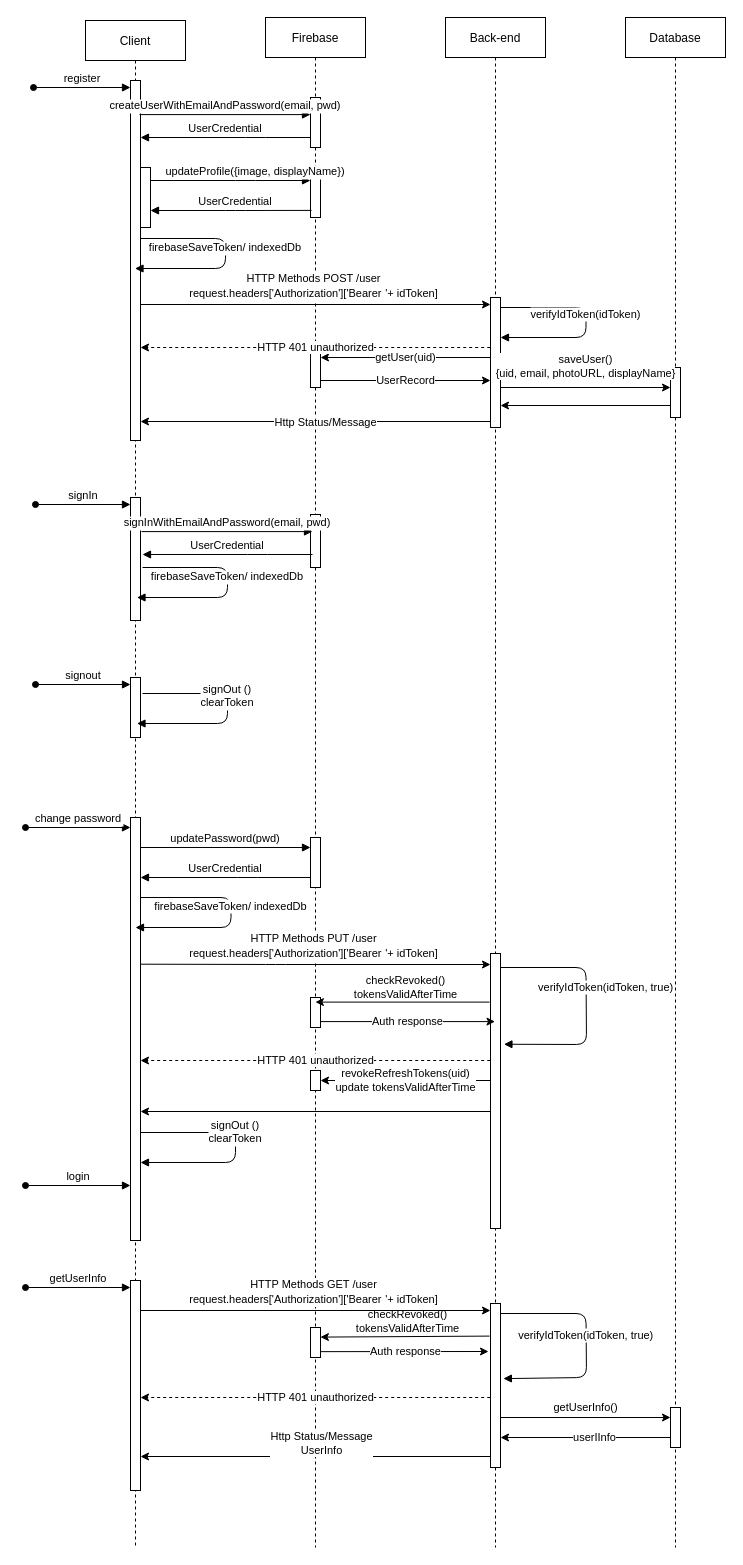
This is FirebaseAuth.drawio from vanthang1996/IPTV, a draw.io file, before an edit. Source tidied: cells renumbered, new cells numbered last; positions are measured from the earlier drawing's top-left corner, leaving out a move shared by most shapes. Both pictures are drawn from the tidied source at 100%, with x=0, y=0 at pixel (25, 17).
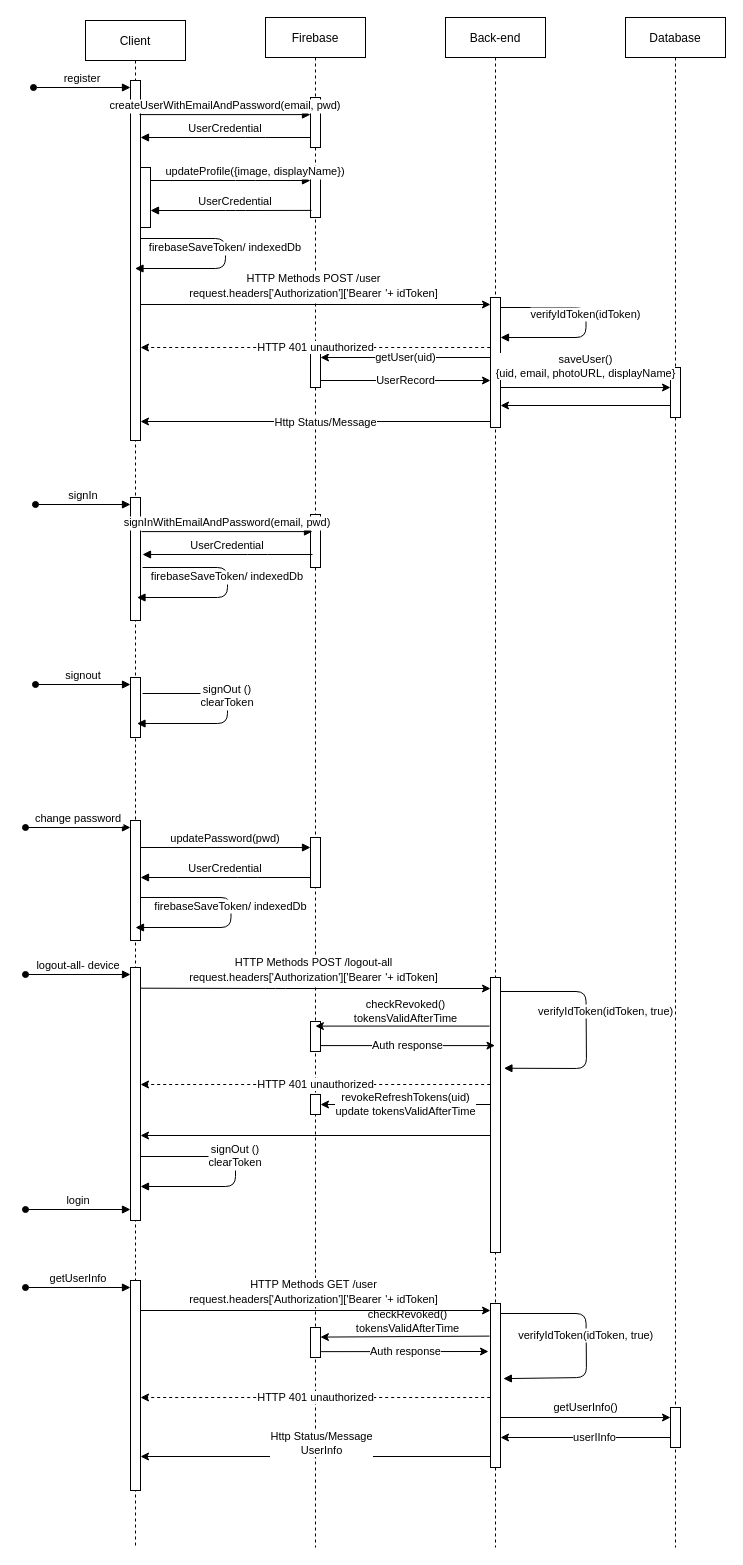
The same diagram, later.

Unchanged cells that the change refers to:
```xml
<mxCell id="2" value="Client" style="shape=umlLifeline;perimeter=lifelinePerimeter;rounded=0;shadow=0;strokeWidth=1;" parent="1" vertex="1">
  <mxGeometry x="60" y="3" width="100" height="1527" as="geometry" />
</mxCell>
<mxCell id="9" value="Firebase" style="shape=umlLifeline;perimeter=lifelinePerimeter;rounded=0;shadow=0;strokeWidth=1;" parent="1" vertex="1">
  <mxGeometry x="240" width="100" height="1530" as="geometry" />
</mxCell>
<mxCell id="16" value="Back-end" style="shape=umlLifeline;perimeter=lifelinePerimeter;rounded=0;shadow=0;strokeWidth=1;" parent="1" vertex="1">
  <mxGeometry x="420" width="100" height="1530" as="geometry" />
</mxCell>
<mxCell id="45" style="points=[];perimeter=orthogonalPerimeter;rounded=0;shadow=0;strokeWidth=1;" parent="1" vertex="1">
  <mxGeometry x="285" y="820" width="10" height="50" as="geometry" />
</mxCell>
```

Change to the diagram source:
```diff
@@
-    <mxCell id="6" style="points=[];perimeter=orthogonalPerimeter;rounded=0;shadow=0;strokeWidth=1;" parent="2" vertex="1">
-      <mxGeometry x="45" y="797" width="10" height="423" as="geometry" />
-    </mxCell>
-    <mxCell id="7" value="signOut ()&#10;clearToken" style="verticalAlign=bottom;endArrow=block;shadow=0;strokeWidth=1;" parent="2" edge="1" source="6" target="6">
+    <mxCell id="7" value="signOut ()&#10;clearToken" style="verticalAlign=bottom;endArrow=block;shadow=0;strokeWidth=1;" parent="2" edge="1">
       <mxGeometry relative="1" as="geometry">
+        <mxPoint x="55" y="1136" as="sourcePoint" />
+        <mxPoint x="55" y="1166" as="targetPoint" />
         <Array as="points">
-          <mxPoint x="150" y="1112" />
-          <mxPoint x="150" y="1142" />
+          <mxPoint x="150" y="1136" />
+          <mxPoint x="150" y="1166" />
         </Array>
       </mxGeometry>
     </mxCell>
@@
+    <mxCell id="70" style="perimeter=orthogonalPerimeter;rounded=0;shadow=0;strokeWidth=1;" parent="2" vertex="1">
+      <mxGeometry x="45" y="800" width="10" height="120" as="geometry" />
+    </mxCell>
+    <mxCell id="71" style="perimeter=orthogonalPerimeter;rounded=0;shadow=0;strokeWidth=1;" parent="2" vertex="1">
+      <mxGeometry x="45" y="947" width="10" height="253" as="geometry" />
+    </mxCell>
@@
     <mxCell id="13" style="perimeter=orthogonalPerimeter;rounded=0;shadow=0;strokeWidth=1;" parent="9" vertex="1">
-      <mxGeometry x="45" y="980" width="10" height="30" as="geometry" />
+      <mxGeometry x="45" y="1004" width="10" height="30" as="geometry" />
     </mxCell>
@@
     <mxCell id="19" style="points=[];perimeter=orthogonalPerimeter;rounded=0;shadow=0;strokeWidth=1;" parent="16" vertex="1">
-      <mxGeometry x="45" y="936" width="10" height="275" as="geometry" />
+      <mxGeometry x="45" y="960" width="10" height="275" as="geometry" />
     </mxCell>
     <mxCell id="20" value="verifyIdToken(idToken, true)" style="verticalAlign=bottom;endArrow=block;shadow=0;strokeWidth=1;entryX=1.343;entryY=0.33;entryDx=0;entryDy=0;entryPerimeter=0;" parent="16" edge="1" source="19" target="19">
       <mxGeometry x="-0.15" y="-22" relative="1" as="geometry">
         <Array as="points">
-          <mxPoint x="140.5" y="950" />
-          <mxPoint x="141" y="1027" />
+          <mxPoint x="140.5" y="974" />
+          <mxPoint x="141" y="1051" />
         </Array>
         <mxPoint x="42" y="10" as="offset" />
       </mxGeometry>
     </mxCell>
@@
     <mxCell id="46" style="points=[];perimeter=orthogonalPerimeter;rounded=0;shadow=0;strokeWidth=1;" parent="1" vertex="1">
-      <mxGeometry x="285" y="1053" width="10" height="20" as="geometry" />
+      <mxGeometry x="285" y="1077" width="10" height="20" as="geometry" />
     </mxCell>
-    <mxCell id="47" value="change password" style="verticalAlign=bottom;startArrow=oval;endArrow=block;shadow=0;strokeWidth=1;" parent="1" edge="1" target="6">
+    <mxCell id="47" value="change password" style="verticalAlign=bottom;startArrow=oval;endArrow=block;shadow=0;strokeWidth=1;" parent="1" edge="1">
       <mxGeometry relative="1" as="geometry">
         <mxPoint y="810" as="sourcePoint" />
+        <mxPoint x="105" y="810" as="targetPoint" />
       </mxGeometry>
     </mxCell>
@@
-    <mxCell id="49" value="UserCredential" style="verticalAlign=bottom;endArrow=block;shadow=0;strokeWidth=1;" parent="1" edge="1" source="45" target="6">
+    <mxCell id="49" value="UserCredential" style="verticalAlign=bottom;endArrow=block;shadow=0;strokeWidth=1;" parent="1" edge="1" source="45">
       <mxGeometry relative="1" as="geometry">
+        <mxPoint x="115" y="860" as="targetPoint" />
         <Array as="points">
           <mxPoint x="222" y="860" />
         </Array>
       </mxGeometry>
     </mxCell>
-    <mxCell id="50" value="HTTP Methods PUT /user&lt;br&gt;request.headers['Authorization']['Bearer&lt;span style=&quot;background-color: transparent ; font-family: inherit ; font-style: inherit ; font-weight: inherit ; font-size: 13px ; text-align: left&quot;&gt;&amp;nbsp;&lt;/span&gt;'+ idToken]" style="endArrow=classic;html=1;" parent="1" edge="1">
+    <mxCell id="50" value="HTTP Methods POST /logout-all&lt;br&gt;request.headers['Authorization']['Bearer&lt;span style=&quot;background-color: transparent ; font-family: inherit ; font-style: inherit ; font-weight: inherit ; font-size: 13px ; text-align: left&quot;&gt;&amp;nbsp;&lt;/span&gt;'+ idToken]" style="endArrow=classic;html=1;" parent="1" edge="1">
       <mxGeometry x="-0.01" y="18" relative="1" as="geometry">
-        <mxPoint x="115" y="946.7" as="sourcePoint" />
-        <mxPoint x="465" y="947" as="targetPoint" />
+        <mxPoint x="115" y="970.7" as="sourcePoint" />
+        <mxPoint x="465" y="971" as="targetPoint" />
         <Array as="points">
-          <mxPoint x="250" y="947" />
+          <mxPoint x="250" y="971" />
         </Array>
       </mxGeometry>
     </mxCell>
     <mxCell id="51" value="revokeRefreshTokens(uid)&lt;br&gt;update tokensValidAfterTime" style="endArrow=classic;html=1;" parent="1" edge="1" target="46">
       <mxGeometry relative="1" as="geometry">
-        <mxPoint x="465" y="1063" as="sourcePoint" />
+        <mxPoint x="465" y="1087" as="sourcePoint" />
         <Array as="points">
-          <mxPoint x="380" y="1063" />
+          <mxPoint x="380" y="1087" />
         </Array>
       </mxGeometry>
     </mxCell>
-    <mxCell id="52" value="firebaseSaveToken/ indexedDb" style="verticalAlign=bottom;endArrow=block;shadow=0;strokeWidth=1;" parent="1" edge="1" source="6">
+    <mxCell id="52" value="firebaseSaveToken/ indexedDb" style="verticalAlign=bottom;endArrow=block;shadow=0;strokeWidth=1;" parent="1" edge="1">
       <mxGeometry relative="1" as="geometry">
+        <mxPoint x="115" y="880" as="sourcePoint" />
         <mxPoint x="110" y="910" as="targetPoint" />
         <Array as="points">
           <mxPoint x="205.5" y="880" />
           <mxPoint x="205.5" y="910" />
         </Array>
       </mxGeometry>
     </mxCell>
     <mxCell id="53" value="HTTP 401 unauthorized" style="endArrow=classic;html=1;exitX=-0.029;exitY=0.477;exitDx=0;exitDy=0;exitPerimeter=0;dashed=1;" parent="1" edge="1">
       <mxGeometry relative="1" as="geometry">
-        <mxPoint x="464.7" y="1043" as="sourcePoint" />
-        <mxPoint x="115" y="1043" as="targetPoint" />
+        <mxPoint x="464.7" y="1067" as="sourcePoint" />
+        <mxPoint x="115" y="1067" as="targetPoint" />
       </mxGeometry>
     </mxCell>
     <mxCell id="54" style="endArrow=classic;html=1;" parent="1" edge="1">
       <mxGeometry relative="1" as="geometry">
-        <mxPoint x="465" y="1094" as="sourcePoint" />
-        <mxPoint x="115" y="1094" as="targetPoint" />
+        <mxPoint x="465" y="1118" as="sourcePoint" />
+        <mxPoint x="115" y="1118" as="targetPoint" />
       </mxGeometry>
     </mxCell>
     <mxCell id="55" value="checkRevoked()&lt;br&gt;tokensValidAfterTime" style="endArrow=classic;html=1;exitX=-0.086;exitY=0.195;exitDx=0;exitDy=0;exitPerimeter=0;" parent="1" edge="1">
       <mxGeometry x="-0.03" y="-15" relative="1" as="geometry">
-        <mxPoint x="464.1" y="984.6" as="sourcePoint" />
-        <mxPoint x="289.9" y="984.6" as="targetPoint" />
+        <mxPoint x="464.1" y="1008.6" as="sourcePoint" />
+        <mxPoint x="289.9" y="1008.6" as="targetPoint" />
       </mxGeometry>
     </mxCell>
     <mxCell id="56" value="Auth response" style="endArrow=classic;html=1;exitX=1;exitY=0.738;exitDx=0;exitDy=0;exitPerimeter=0;" parent="1" edge="1">
       <mxGeometry relative="1" as="geometry">
-        <mxPoint x="295" y="1004.1" as="sourcePoint" />
-        <mxPoint x="469.5" y="1004.1" as="targetPoint" />
+        <mxPoint x="295" y="1028.1" as="sourcePoint" />
+        <mxPoint x="469.5" y="1028.1" as="targetPoint" />
       </mxGeometry>
     </mxCell>
     <mxCell id="57" value="login" style="verticalAlign=bottom;startArrow=oval;endArrow=block;shadow=0;strokeWidth=1;" parent="1" edge="1">
       <mxGeometry relative="1" as="geometry">
-        <mxPoint y="1168" as="sourcePoint" />
-        <mxPoint x="105" y="1168" as="targetPoint" />
+        <mxPoint y="1192" as="sourcePoint" />
+        <mxPoint x="105" y="1192" as="targetPoint" />
       </mxGeometry>
     </mxCell>
@@
+    <mxCell id="72" value="logout-all- device" style="verticalAlign=bottom;startArrow=oval;endArrow=block;shadow=0;strokeWidth=1;" parent="1" edge="1">
+      <mxGeometry relative="1" as="geometry">
+        <mxPoint y="957" as="sourcePoint" />
+        <mxPoint x="105" y="957" as="targetPoint" />
+      </mxGeometry>
+    </mxCell>
```
